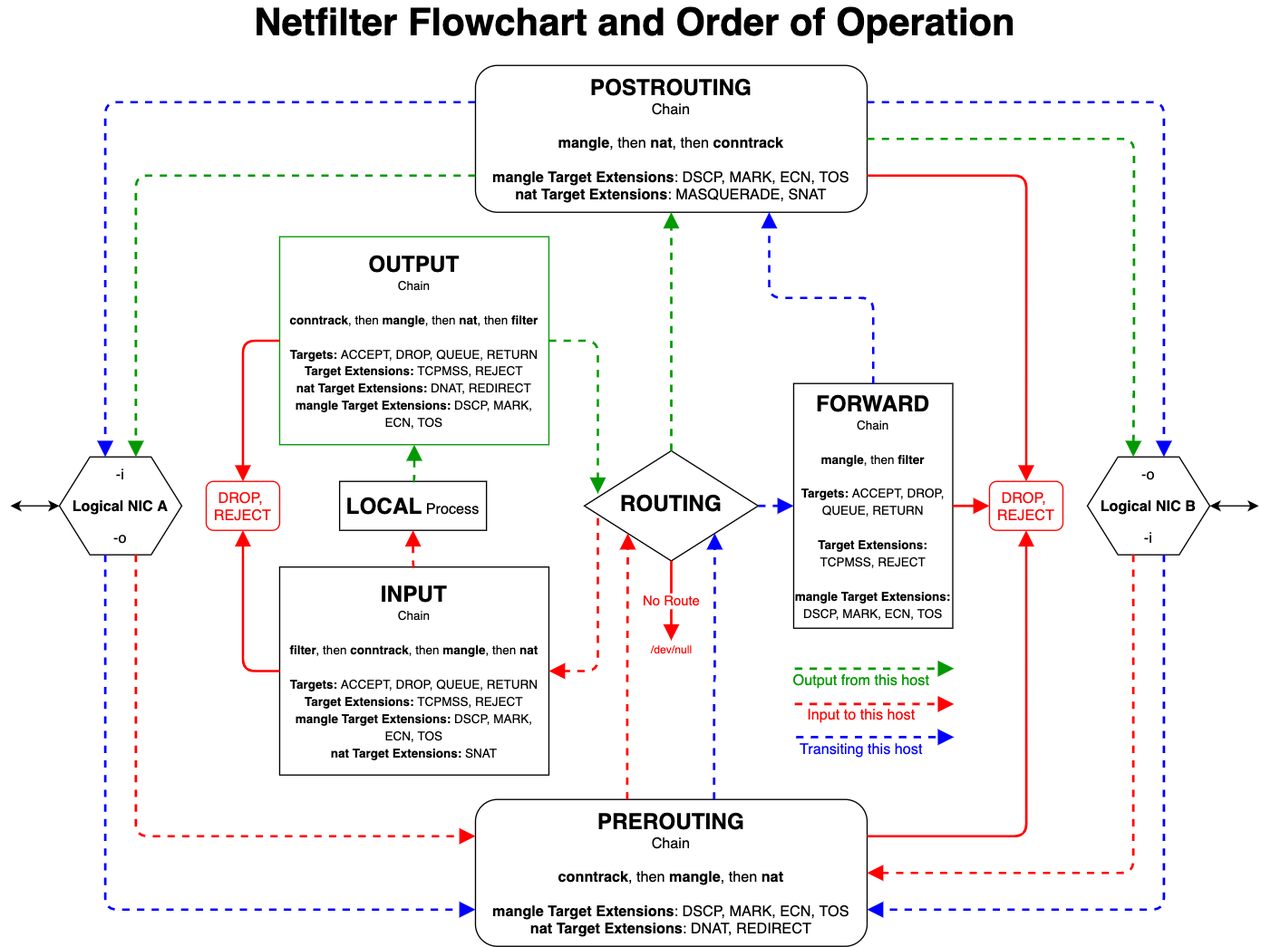
Before: img/iptables.png, a diagram exported from draw.io (AG7GN/networking). Source tidied: cells renumbered, new cells last; positions are measured from the earlier drawing's top-left corner, leaving out a move shared by most shapes.
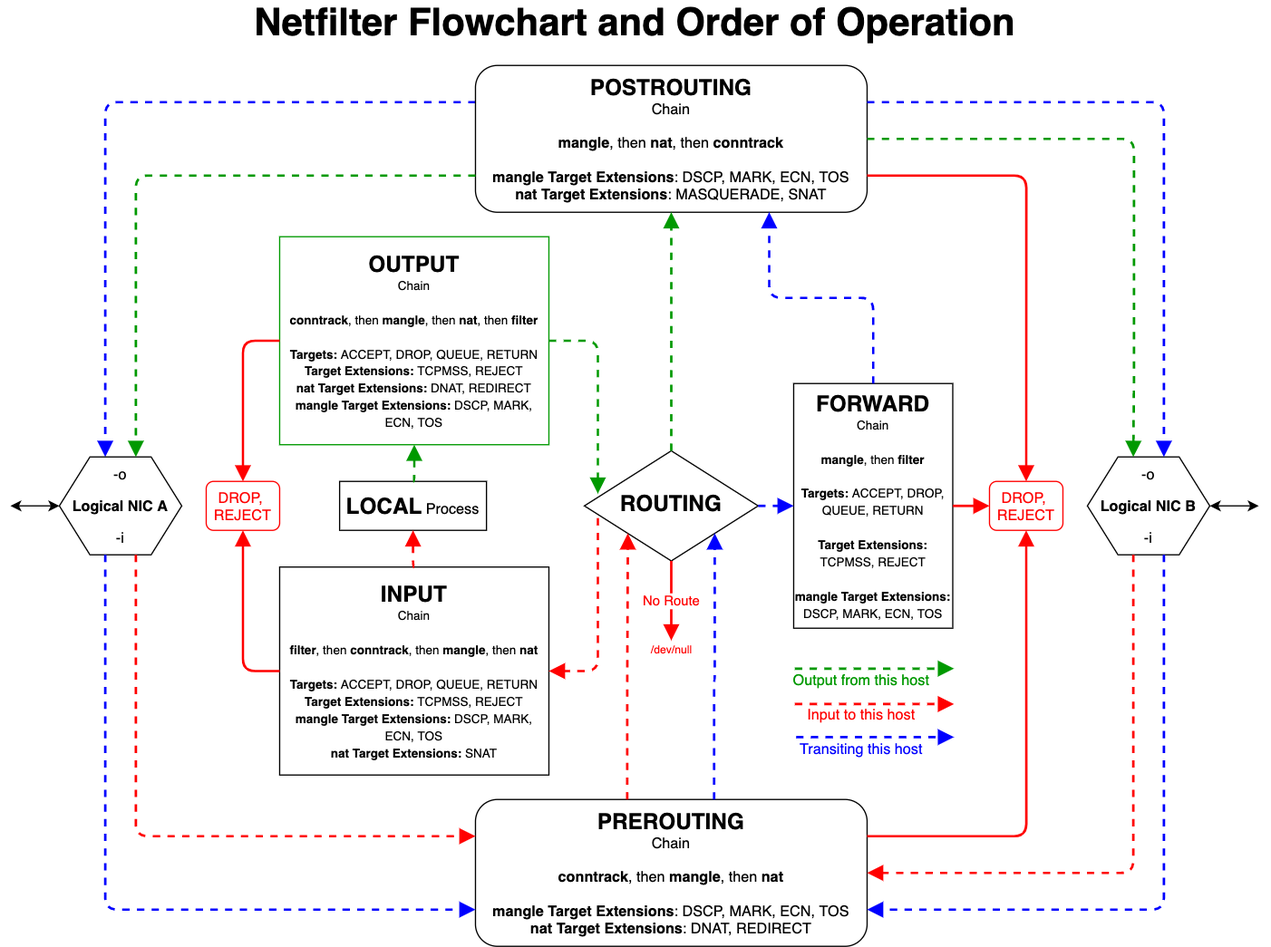
After the commit.

What changed in the source:
```diff
@@ -33,7 +33,7 @@
     <mxCell id="10" value="DROP, &lt;br&gt;REJECT" style="rounded=1;whiteSpace=wrap;html=1;fontSize=12;glass=0;strokeWidth=1;shadow=0;fontColor=#FF0000;strokeColor=#FF0000;" parent="1" vertex="1">
       <mxGeometry x="160" y="390" width="60" height="40" as="geometry" />
     </mxCell>
-    <mxCell id="11" value="&lt;p style=&quot;font-size: 12px&quot;&gt;-i&lt;/p&gt;&lt;p style=&quot;font-size: 12px&quot;&gt;&lt;b&gt;Logical NIC A&lt;/b&gt;&lt;/p&gt;&lt;p style=&quot;font-size: 12px&quot;&gt;-o&lt;/p&gt;" style="shape=hexagon;perimeter=hexagonPerimeter2;whiteSpace=wrap;html=1;strokeColor=#000000;fontSize=23;fontColor=#000000;" parent="1" vertex="1">
+    <mxCell id="11" value="&lt;p style=&quot;font-size: 12px&quot;&gt;-o&lt;/p&gt;&lt;p style=&quot;font-size: 12px&quot;&gt;&lt;b&gt;Logical NIC A&lt;/b&gt;&lt;/p&gt;&lt;p style=&quot;font-size: 12px&quot;&gt;-i&lt;/p&gt;" style="shape=hexagon;perimeter=hexagonPerimeter2;whiteSpace=wrap;html=1;strokeColor=#000000;fontSize=23;fontColor=#000000;" parent="1" vertex="1">
       <mxGeometry x="40" y="370" width="100" height="80" as="geometry" />
     </mxCell>
     <mxCell id="12" value="&lt;p style=&quot;font-size: 12px&quot;&gt;-o&lt;/p&gt;&lt;p style=&quot;font-size: 12px&quot;&gt;&lt;b&gt;Logical NIC B&lt;/b&gt;&lt;/p&gt;&lt;p style=&quot;font-size: 12px&quot;&gt;-i&lt;/p&gt;" style="shape=hexagon;perimeter=hexagonPerimeter2;whiteSpace=wrap;html=1;strokeColor=#000000;fontSize=23;fontColor=#000000;" parent="1" vertex="1">
```
